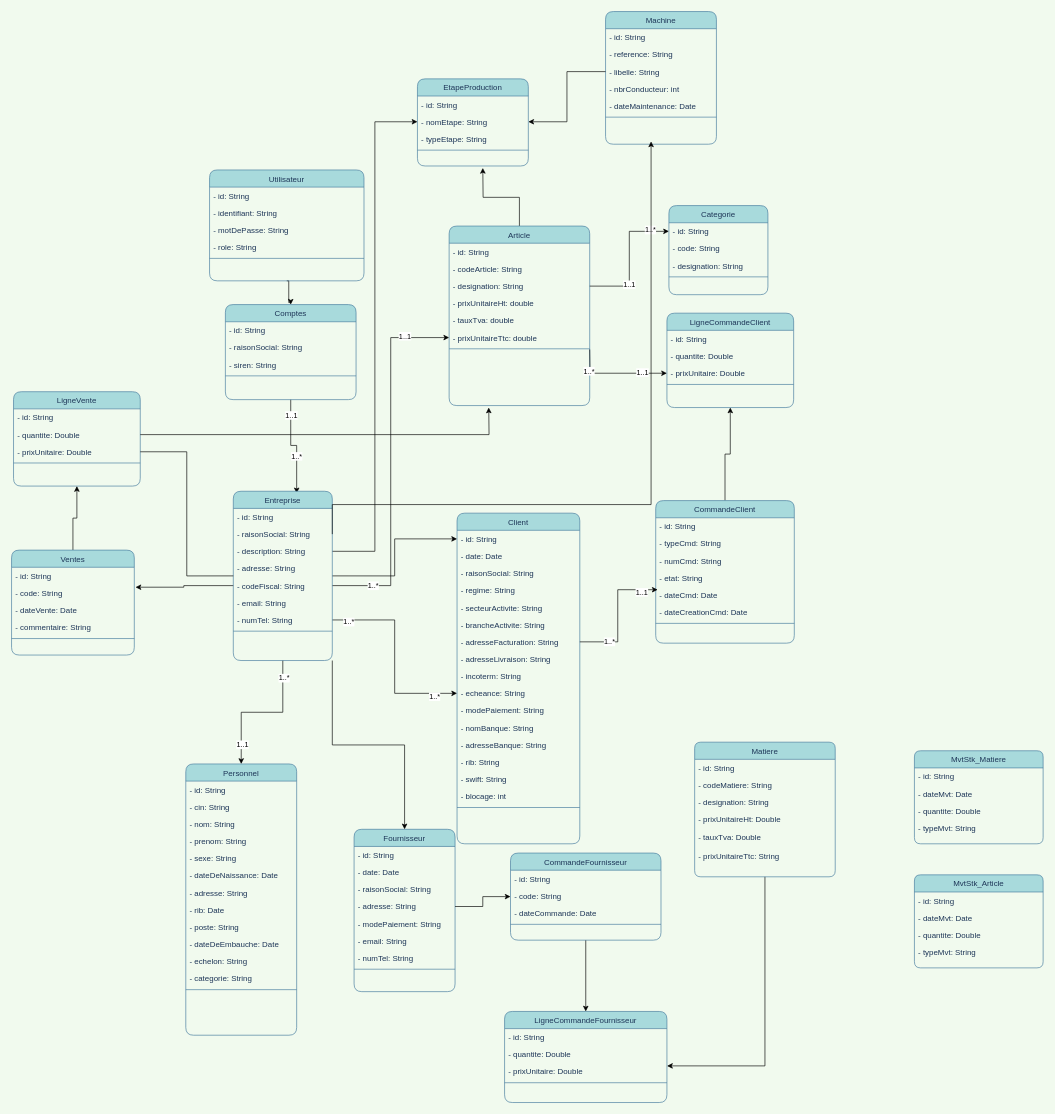
Above: GestionStock.drawio in AbdelazizBs/GPAO-SpringApp (draw.io), before the change. Source tidied: cells renumbered, new cells numbered last; positions are measured from the earlier drawing's top-left corner, leaving out a move shared by most shapes. Both pictures are drawn from the tidied source at 66%, with x=0, y=0 at pixel (11, 11).
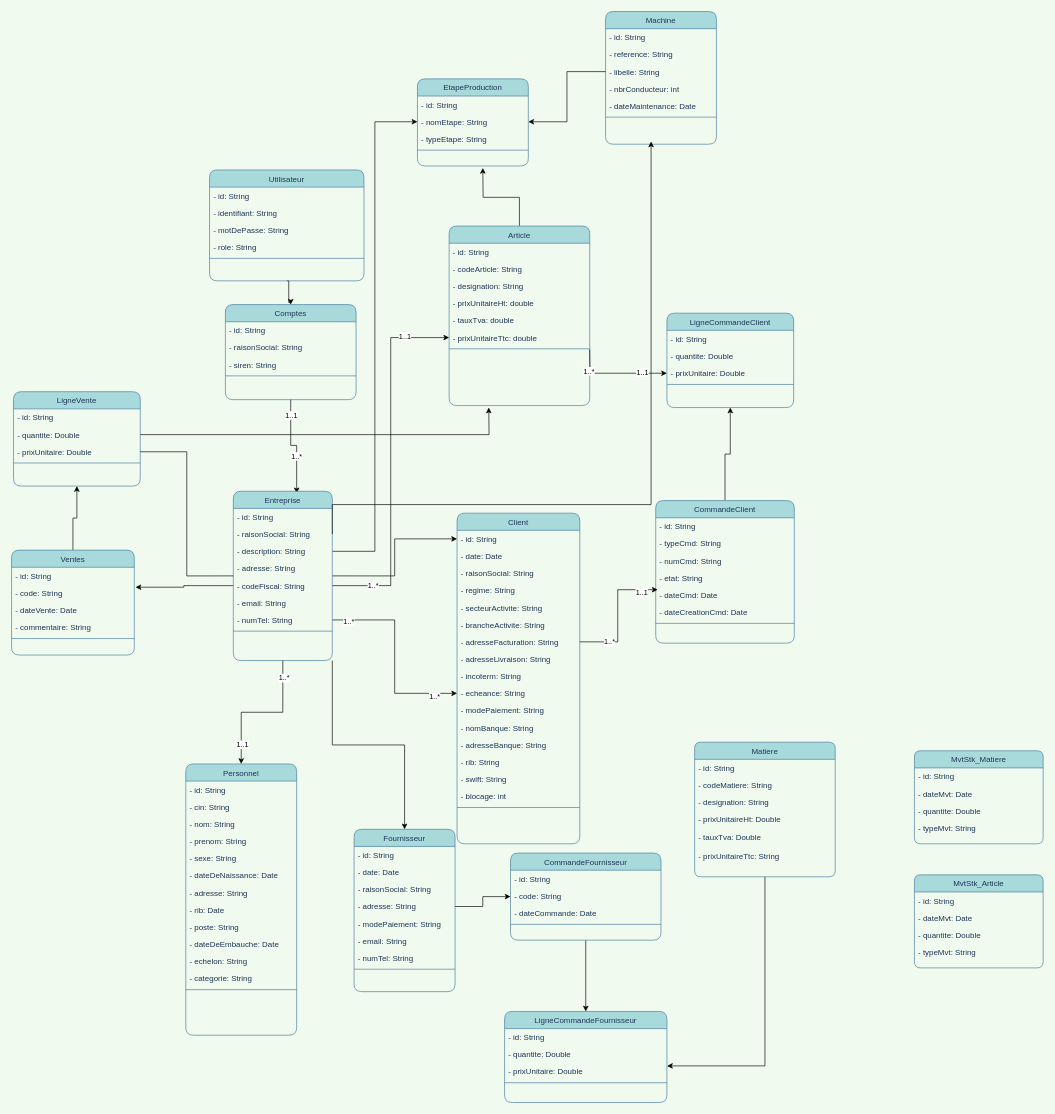
Above is the later version.

The change refers to these unchanged cells:
```xml
<mxCell id="27" value="- designation: String" style="text;strokeColor=none;fillColor=none;align=left;verticalAlign=top;spacingLeft=4;spacingRight=4;overflow=hidden;points=[[0,0.5],[1,0.5]];portConstraint=eastwest;rounded=0;sketch=0;fontColor=#1D3557;" parent="24" vertex="1">
  <mxGeometry y="78" width="213" height="26" as="geometry" />
</mxCell>
```

What changed in the source:
```diff
@@
-    <mxCell id="32" value="Categorie" style="swimlane;fontStyle=0;align=center;verticalAlign=top;horizontal=1;startSize=26;rounded=1;shadow=0;strokeWidth=1;fillColor=#A8DADC;strokeColor=#457B9D;fontColor=#1D3557;" parent="1" vertex="1">
-      <mxGeometry x="996" y="294" width="150" height="135" as="geometry" />
-    </mxCell>
-    <mxCell id="33" value="- id: String" style="text;strokeColor=none;fillColor=none;align=left;verticalAlign=top;spacingLeft=4;spacingRight=4;overflow=hidden;points=[[0,0.5],[1,0.5]];portConstraint=eastwest;rounded=0;sketch=0;fontColor=#1D3557;" parent="32" vertex="1">
-      <mxGeometry y="26" width="150" height="26" as="geometry" />
-    </mxCell>
-    <mxCell id="34" value="- code: String" style="text;strokeColor=none;fillColor=none;align=left;verticalAlign=top;spacingLeft=4;spacingRight=4;overflow=hidden;rounded=0;sketch=0;fontColor=#1D3557;" parent="32" vertex="1">
-      <mxGeometry y="52" width="150" height="26" as="geometry" />
-    </mxCell>
-    <mxCell id="35" value="- designation: String" style="text;strokeColor=none;fillColor=none;align=left;verticalAlign=top;spacingLeft=4;spacingRight=4;overflow=hidden;rounded=0;sketch=0;fontColor=#1D3557;" parent="32" vertex="1">
-      <mxGeometry y="78" width="150" height="26" as="geometry" />
-    </mxCell>
-    <mxCell id="36" style="line;html=1;strokeWidth=1;align=left;verticalAlign=middle;spacingTop=-1;spacingLeft=3;spacingRight=3;labelPosition=right;fillColor=#A8DADC;strokeColor=#457B9D;fontColor=#1D3557;rounded=1;labelBackgroundColor=#F1FAEE;" parent="32" vertex="1">
-      <mxGeometry y="104" width="150" height="8" as="geometry" />
-    </mxCell>
@@
-    <mxCell id="109" style="edgeStyle=orthogonalEdgeStyle;rounded=0;jettySize=auto;html=1;exitX=1;exitY=0.5;exitDx=0;exitDy=0;entryX=0;entryY=0.5;entryDx=0;entryDy=0;" parent="1" edge="1" source="27" target="33">
-      <mxGeometry relative="1" as="geometry" />
-    </mxCell>
-    <mxCell id="110" value="1..1" style="edgeLabel;html=1;align=center;verticalAlign=middle;" parent="109" vertex="1">
-      <mxGeometry x="-0.38" relative="1" as="geometry">
-        <mxPoint x="-1" as="offset" />
-      </mxGeometry>
-    </mxCell>
-    <mxCell id="111" value="1..*" style="edgeLabel;html=1;align=center;verticalAlign=middle;" parent="109" vertex="1">
-      <mxGeometry x="0.73" y="2" relative="1" as="geometry">
-        <mxPoint x="-2" y="-1" as="offset" />
-      </mxGeometry>
-    </mxCell>
```
